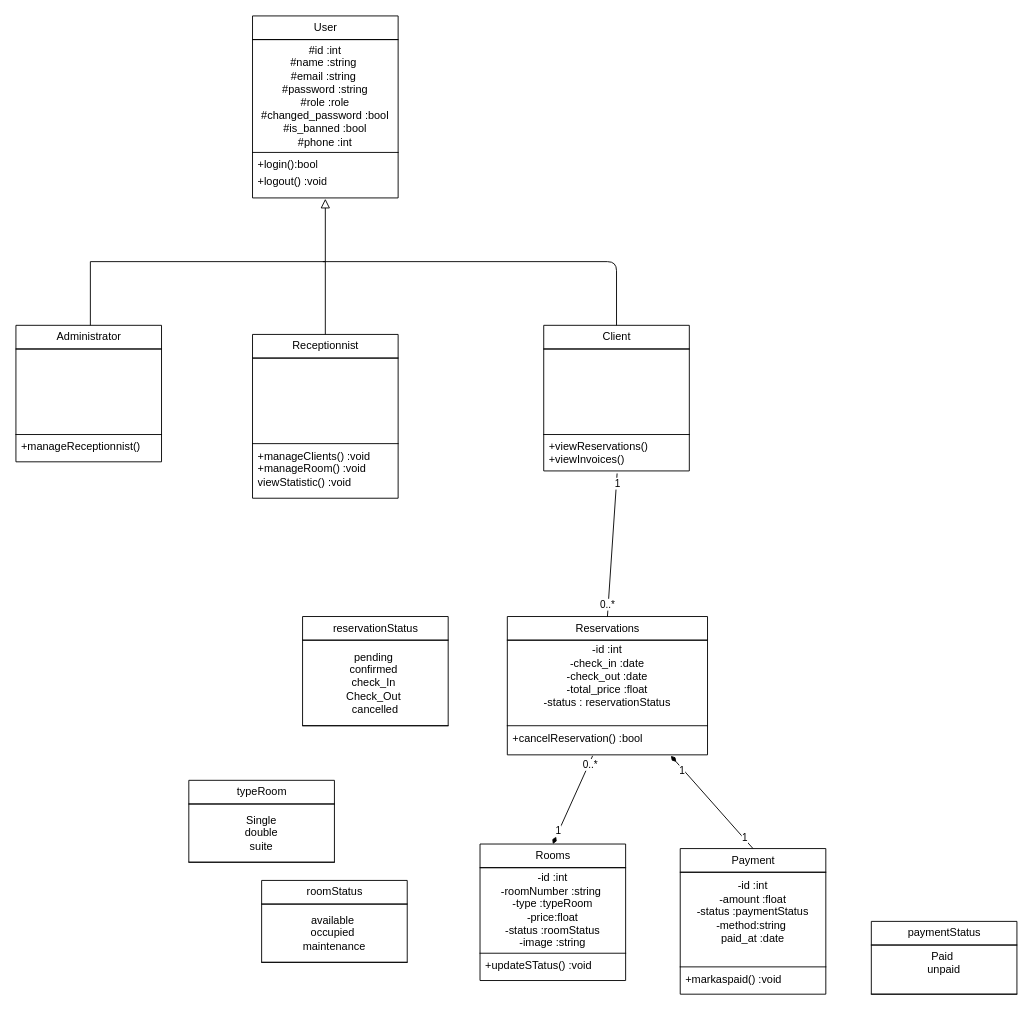
Earlier version of the draw.io diagram class-diagram.drawio (aichaelyadri60-debug/Grand-H-tel). Source tidied: cells renumbered, new cells numbered last; positions are measured from the earlier drawing's top-left corner, leaving out a move shared by most shapes. Both pictures are drawn from the tidied source at 91%, with x=0, y=0 at pixel (15, 15).
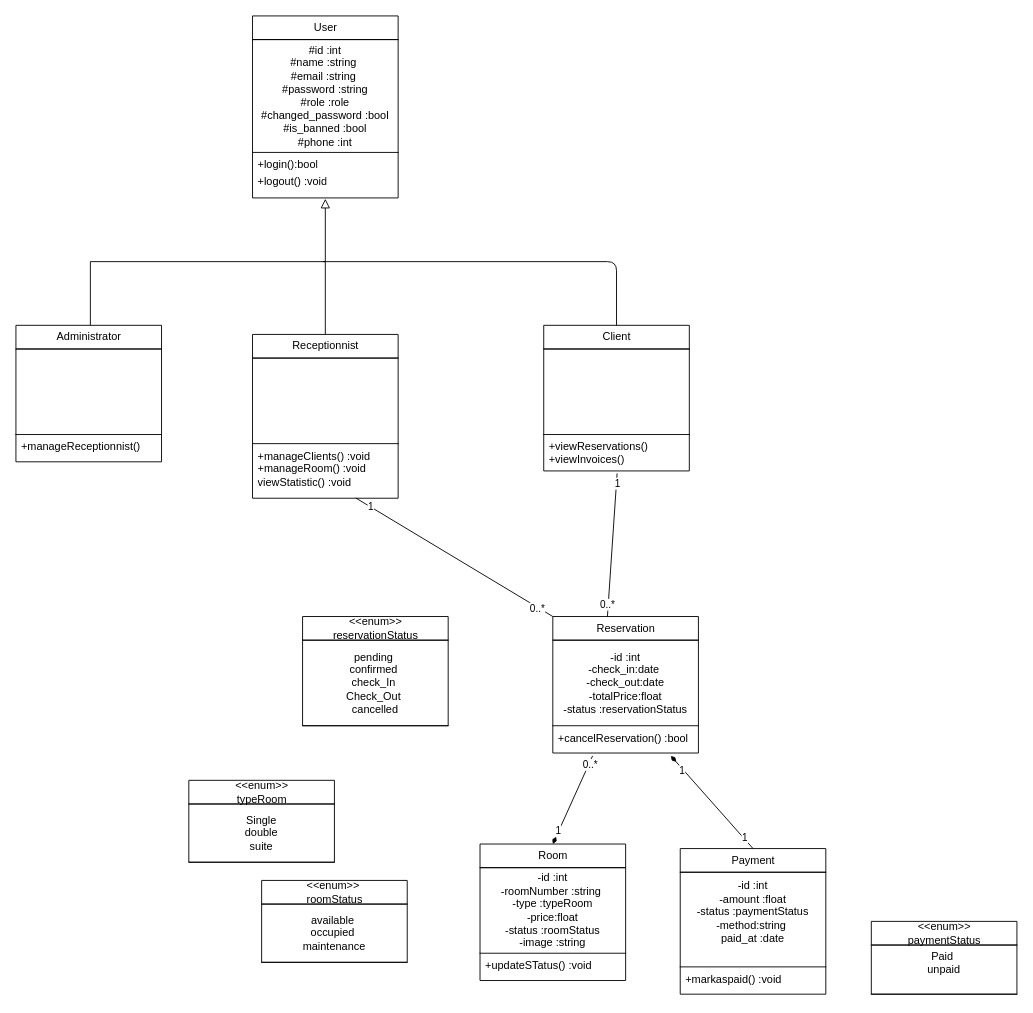
After the change.

The change refers to these unchanged cells:
```xml
<mxCell id="9" value="Payment" style="swimlane;fontStyle=0;horizontal=1;startSize=26;fillColor=none;html=1;" parent="1" vertex="1">
  <mxGeometry x="730" y="915" width="160" height="160" as="geometry" />
</mxCell>
<mxCell id="24" value="+manageClients() :void&lt;div&gt;+manageRoom() :void&lt;/div&gt;&lt;div&gt;viewStatistic() :void&amp;nbsp;&lt;/div&gt;" style="text;strokeColor=none;fillColor=none;align=left;verticalAlign=top;spacingLeft=4;spacingRight=4;overflow=hidden;points=[[0,0.5],[1,0.5]];portConstraint=eastwest;whiteSpace=wrap;html=1;" parent="22" vertex="1">
  <mxGeometry y="120" width="160" height="60" as="geometry" />
</mxCell>
<mxCell id="27" value="+viewReservations()&amp;nbsp;&lt;div&gt;+viewInvoices()&lt;/div&gt;" style="text;strokeColor=none;fillColor=none;align=left;verticalAlign=top;spacingLeft=4;spacingRight=4;overflow=hidden;points=[[0,0.5],[1,0.5]];portConstraint=eastwest;whiteSpace=wrap;html=1;" parent="25" vertex="1">
  <mxGeometry y="120" width="160" height="40" as="geometry" />
</mxCell>
```

Change to the diagram source:
```diff
@@
-    <mxCell id="6" value="Rooms" style="swimlane;fontStyle=0;horizontal=1;startSize=26;fillColor=none;html=1;" parent="1" vertex="1">
+    <mxCell id="6" value="Room" style="swimlane;fontStyle=0;horizontal=1;startSize=26;fillColor=none;html=1;" parent="1" vertex="1">
       <mxGeometry x="510" y="910" width="160" height="150" as="geometry" />
     </mxCell>
@@
-    <mxCell id="15" value="Reservations" style="swimlane;fontStyle=0;horizontal=1;startSize=26;fillColor=none;html=1;" parent="1" vertex="1">
-      <mxGeometry x="540" y="660" width="220" height="152" as="geometry" />
-    </mxCell>
-    <mxCell id="16" value="-id :int&lt;div&gt;-check_in :date&lt;/div&gt;&lt;div&gt;-check_out :date&lt;/div&gt;&lt;div&gt;-total_price :float&lt;/div&gt;&lt;div&gt;-status : reservationStatus&lt;/div&gt;&lt;div&gt;&lt;br&gt;&lt;/div&gt;" style="shape=partialRectangle;whiteSpace=wrap;html=1;left=0;right=0;fillColor=none;align=center;" parent="15" vertex="1">
-      <mxGeometry y="26" width="220" height="94" as="geometry" />
-    </mxCell>
-    <mxCell id="17" value="+cancelReservation() :bool" style="text;strokeColor=none;fillColor=none;align=left;verticalAlign=top;spacingLeft=4;spacingRight=4;overflow=hidden;points=[[0,0.5],[1,0.5]];portConstraint=eastwest;whiteSpace=wrap;html=1;" parent="15" vertex="1">
-      <mxGeometry y="120" width="220" height="32" as="geometry" />
-    </mxCell>
-    <mxCell id="18" value="paymentStatus" style="swimlane;fontStyle=0;horizontal=1;startSize=26;fillColor=none;html=1;" parent="1" vertex="1">
+    <mxCell id="18" value="&amp;lt;&amp;lt;enum&amp;gt;&amp;gt;&lt;div&gt;paymentStatus&lt;/div&gt;" style="swimlane;fontStyle=0;horizontal=1;startSize=26;fillColor=none;html=1;" parent="1" vertex="1">
       <mxGeometry x="940" y="995" width="160" height="80" as="geometry" />
     </mxCell>
@@
-    <mxCell id="20" value="roomStatus" style="swimlane;fontStyle=0;horizontal=1;startSize=26;fillColor=none;html=1;" parent="1" vertex="1">
+    <mxCell id="20" value="&amp;lt;&amp;lt;enum&amp;gt;&amp;gt;&amp;nbsp;&lt;div&gt;roomStatus&lt;/div&gt;" style="swimlane;fontStyle=0;horizontal=1;startSize=26;fillColor=none;html=1;" parent="1" vertex="1">
       <mxGeometry x="270" y="950" width="160" height="90" as="geometry" />
     </mxCell>
@@
-    <mxCell id="31" style="edgeStyle=none;html=1;endArrow=diamondThin;endFill=1;entryX=0.5;entryY=0;entryDx=0;entryDy=0;exitX=0.426;exitY=1.034;exitDx=0;exitDy=0;exitPerimeter=0;" parent="1" edge="1" source="17" target="6">
-      <mxGeometry relative="1" as="geometry" />
+    <mxCell id="31" style="edgeStyle=none;html=1;endArrow=diamondThin;endFill=1;entryX=0.5;entryY=0;entryDx=0;entryDy=0;exitX=0.426;exitY=1.034;exitDx=0;exitDy=0;exitPerimeter=0;" parent="1" edge="1" target="6">
+      <mxGeometry relative="1" as="geometry">
+        <mxPoint x="633.7" y="813.1" as="sourcePoint" />
+      </mxGeometry>
     </mxCell>
@@
-    <mxCell id="34" style="edgeStyle=none;html=1;endArrow=none;endFill=0;exitX=0.5;exitY=0;exitDx=0;exitDy=0;entryX=0.504;entryY=1.07;entryDx=0;entryDy=0;entryPerimeter=0;" parent="1" edge="1" source="15" target="27">
-      <mxGeometry relative="1" as="geometry" />
+    <mxCell id="34" style="edgeStyle=none;html=1;endArrow=none;endFill=0;exitX=0.5;exitY=0;exitDx=0;exitDy=0;entryX=0.504;entryY=1.07;entryDx=0;entryDy=0;entryPerimeter=0;" parent="1" edge="1" target="27">
+      <mxGeometry relative="1" as="geometry">
+        <mxPoint x="650" y="660" as="sourcePoint" />
+      </mxGeometry>
     </mxCell>
@@
-    <mxCell id="37" style="edgeStyle=none;html=1;endArrow=diamondThin;endFill=1;entryX=0.817;entryY=1.034;entryDx=0;entryDy=0;exitX=0.5;exitY=0;exitDx=0;exitDy=0;entryPerimeter=0;" parent="1" edge="1" source="9" target="17">
-      <mxGeometry relative="1" as="geometry" />
+    <mxCell id="37" style="edgeStyle=none;html=1;endArrow=diamondThin;endFill=1;entryX=0.817;entryY=1.034;entryDx=0;entryDy=0;exitX=0.5;exitY=0;exitDx=0;exitDy=0;entryPerimeter=0;" parent="1" edge="1" source="9">
+      <mxGeometry relative="1" as="geometry">
+        <mxPoint x="719.7" y="813.1" as="targetPoint" />
+      </mxGeometry>
     </mxCell>
@@
-    <mxCell id="40" value="reservationStatus" style="swimlane;fontStyle=0;horizontal=1;startSize=26;fillColor=none;html=1;" parent="1" vertex="1">
+    <mxCell id="40" value="&amp;lt;&amp;lt;enum&amp;gt;&amp;gt;&lt;div&gt;reservationStatus&lt;/div&gt;" style="swimlane;fontStyle=0;horizontal=1;startSize=26;fillColor=none;html=1;" parent="1" vertex="1">
       <mxGeometry x="315" y="660" width="160" height="120" as="geometry" />
     </mxCell>
@@
-    <mxCell id="42" value="typeRoom" style="swimlane;fontStyle=0;horizontal=1;startSize=26;fillColor=none;html=1;" parent="1" vertex="1">
+    <mxCell id="42" value="&amp;lt;&amp;lt;enum&amp;gt;&amp;gt;&lt;div&gt;typeRoom&lt;/div&gt;" style="swimlane;fontStyle=0;horizontal=1;startSize=26;fillColor=none;html=1;" parent="1" vertex="1">
       <mxGeometry x="190" y="840" width="160" height="90" as="geometry" />
     </mxCell>
@@
+    <mxCell id="44" value="Reservation" style="swimlane;fontStyle=0;horizontal=1;startSize=26;fillColor=none;html=1;" parent="1" vertex="1">
+      <mxGeometry x="590" y="660" width="160" height="150" as="geometry" />
+    </mxCell>
+    <mxCell id="45" value="-id :int&lt;div&gt;-check_in:date&amp;nbsp;&lt;/div&gt;&lt;div&gt;-check_out:&lt;span style=&quot;color: rgb(0, 0, 0); text-wrap-mode: nowrap; background-color: transparent;&quot;&gt;date&lt;/span&gt;&lt;/div&gt;&lt;div&gt;-totalPrice:float&lt;/div&gt;&lt;div&gt;-status :reservationStatus&lt;/div&gt;" style="shape=partialRectangle;whiteSpace=wrap;html=1;left=0;right=0;fillColor=none;align=center;" parent="44" vertex="1">
+      <mxGeometry y="26" width="160" height="94" as="geometry" />
+    </mxCell>
+    <mxCell id="17" value="+cancelReservation() :bool" style="text;strokeColor=none;fillColor=none;align=left;verticalAlign=top;spacingLeft=4;spacingRight=4;overflow=hidden;points=[[0,0.5],[1,0.5]];portConstraint=eastwest;whiteSpace=wrap;html=1;" parent="44" vertex="1">
+      <mxGeometry y="120" width="160" height="30" as="geometry" />
+    </mxCell>
+    <mxCell id="46" style="edgeStyle=none;html=1;endArrow=none;endFill=0;exitX=0;exitY=0;exitDx=0;exitDy=0;entryX=0.709;entryY=0.996;entryDx=0;entryDy=0;entryPerimeter=0;" parent="1" edge="1" source="44" target="24">
+      <mxGeometry relative="1" as="geometry" />
+    </mxCell>
+    <mxCell id="47" value="1" style="edgeLabel;html=1;align=center;verticalAlign=middle;" parent="46" vertex="1">
+      <mxGeometry x="0.86" y="-1" relative="1" as="geometry" />
+    </mxCell>
+    <mxCell id="48" value="0..*" style="edgeLabel;html=1;align=center;verticalAlign=middle;" parent="46" vertex="1">
+      <mxGeometry x="-0.84" y="1" relative="1" as="geometry" />
+    </mxCell>
```
